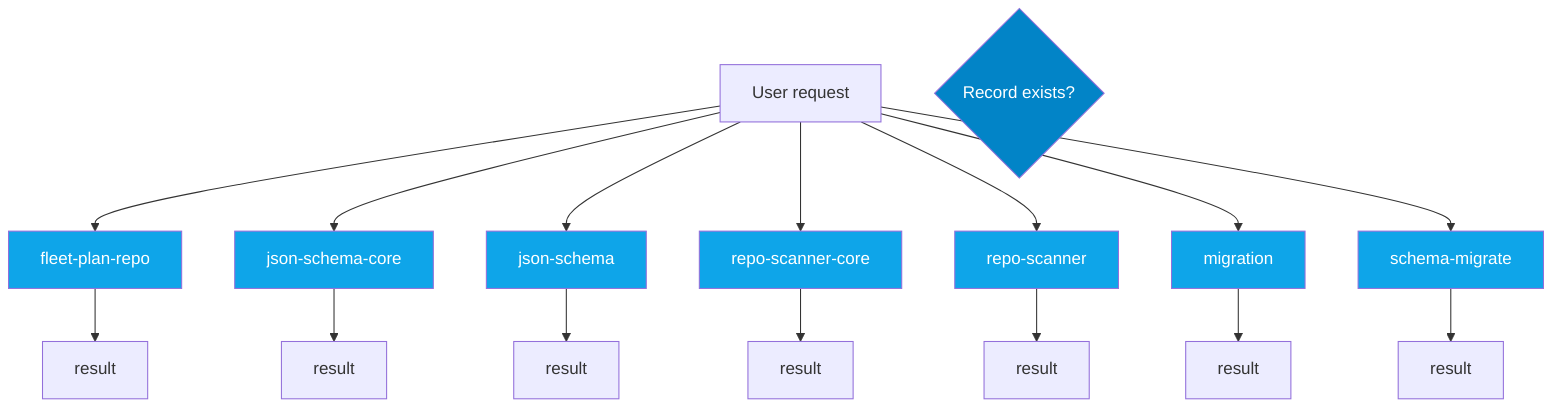
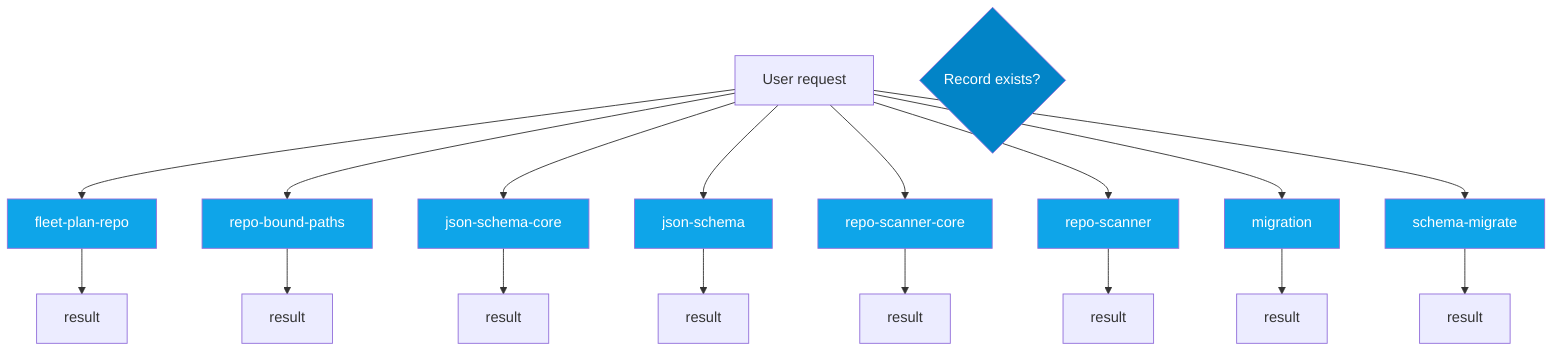
flowchart TD
  UserRequest["User request"]
  Decision{Record exists?}
  fleet_plan_repo_ecdc6499["fleet-plan-repo"]
  UserRequest --> fleet_plan_repo_ecdc6499
  fleet_plan_repo_ecdc6499 --> fleet_plan_repo_ecdc6499_result["result"]
+   repo_bound_paths_e218b5b3["repo-bound-paths"]
+   UserRequest --> repo_bound_paths_e218b5b3
+   repo_bound_paths_e218b5b3 --> repo_bound_paths_e218b5b3_result["result"]
  json_schema_core_96d7e328["json-schema-core"]
  UserRequest --> json_schema_core_96d7e328
  json_schema_core_96d7e328 --> json_schema_core_96d7e328_result["result"]
  json_schema_74a768d7["json-schema"]
  UserRequest --> json_schema_74a768d7
  json_schema_74a768d7 --> json_schema_74a768d7_result["result"]
  repo_scanner_core_8e9f7646["repo-scanner-core"]
  UserRequest --> repo_scanner_core_8e9f7646
  repo_scanner_core_8e9f7646 --> repo_scanner_core_8e9f7646_result["result"]
  repo_scanner_a8b2579e["repo-scanner"]
  UserRequest --> repo_scanner_a8b2579e
  repo_scanner_a8b2579e --> repo_scanner_a8b2579e_result["result"]
  migration_8a6cead4["migration"]
  UserRequest --> migration_8a6cead4
  migration_8a6cead4 --> migration_8a6cead4_result["result"]
  schema_migrate_c0646635["schema-migrate"]
  UserRequest --> schema_migrate_c0646635
  schema_migrate_c0646635 --> schema_migrate_c0646635_result["result"]
  classDef dbNode fill:#0ea5e9,color:#fff
-   class fleet_plan_repo_ecdc6499,json_schema_core_96d7e328,json_schema_74a768d7,repo_scanner_core_8e9f7646,repo_scanner_a8b2579e,migration_8a6cead4,schema_migrate_c0646635 dbNode
+   class fleet_plan_repo_ecdc6499,repo_bound_paths_e218b5b3,json_schema_core_96d7e328,json_schema_74a768d7,repo_scanner_core_8e9f7646,repo_scanner_a8b2579e,migration_8a6cead4,schema_migrate_c0646635 dbNode
  classDef decisionNode fill:#0284c7,color:#fff
  class Decision decisionNode
